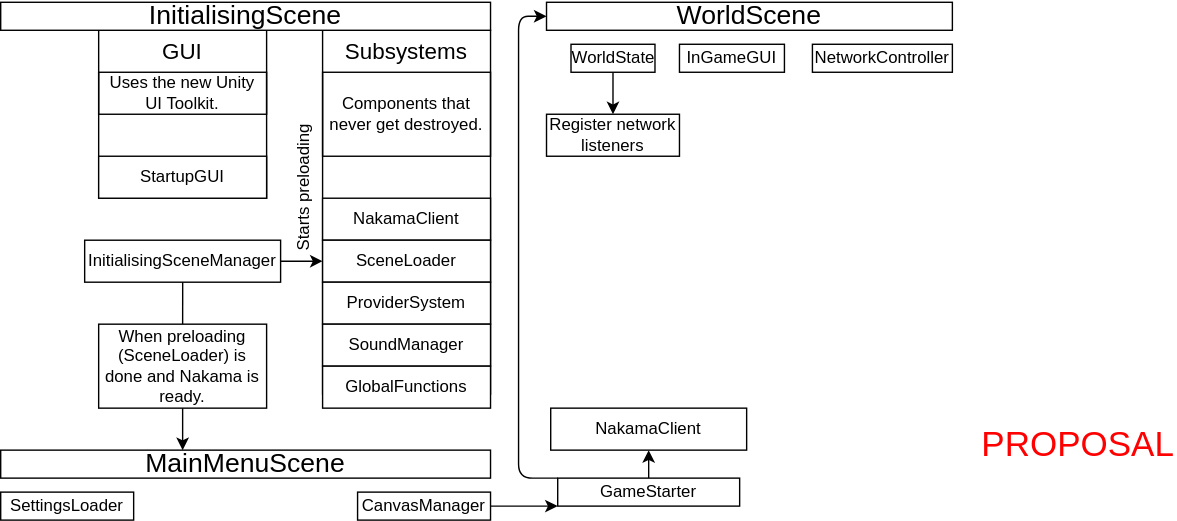
Above: documentation/res/ClientArchitecture.drawio.svg in OpenHellion/openhellion.github.io (draw.io), before the change. Source tidied: cells renumbered, new cells last; positions are measured from the earlier drawing's top-left corner, leaving out a move shared by most shapes.
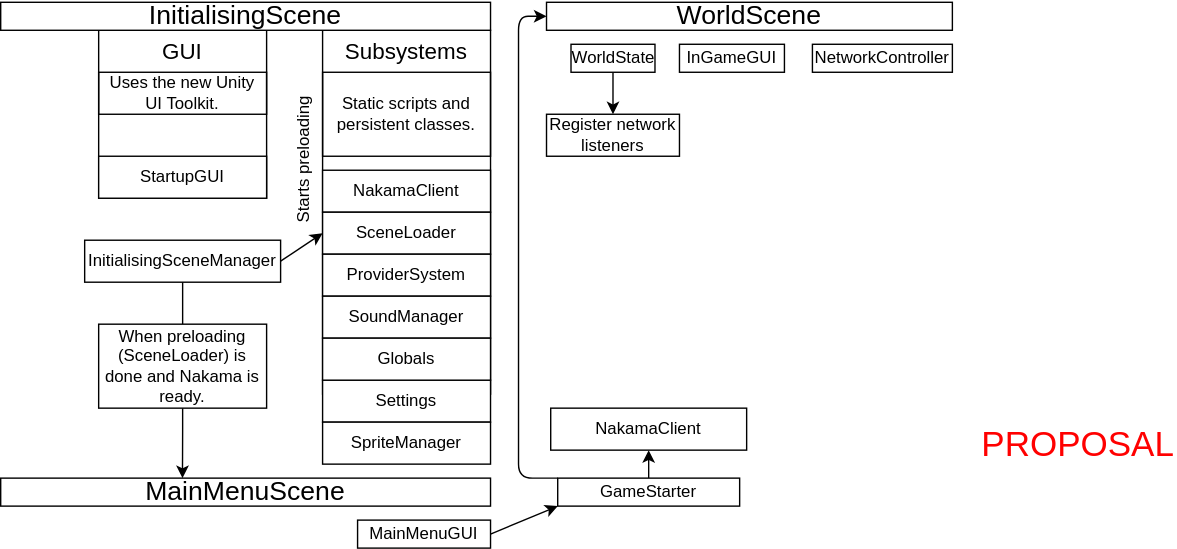
Above is the later version.

Diff of the diagram source:
```diff
@@ -12,31 +12,31 @@
       <mxGeometry x="230" y="20" width="120" height="30" as="geometry" />
     </mxCell>
     <mxCell id="5" value="NakamaClient" style="rounded=0;whiteSpace=wrap;html=1;" parent="1" vertex="1">
-      <mxGeometry x="230" y="140" width="120" height="30" as="geometry" />
+      <mxGeometry x="230" y="120" width="120" height="30" as="geometry" />
     </mxCell>
     <mxCell id="6" value="SceneLoader" style="rounded=0;whiteSpace=wrap;html=1;" parent="1" vertex="1">
-      <mxGeometry x="230" y="170" width="120" height="30" as="geometry" />
+      <mxGeometry x="230" y="150" width="120" height="30" as="geometry" />
     </mxCell>
     <mxCell id="7" value="ProviderSystem" style="rounded=0;whiteSpace=wrap;html=1;" parent="1" vertex="1">
-      <mxGeometry x="230" y="200" width="120" height="30" as="geometry" />
+      <mxGeometry x="230" y="180" width="120" height="30" as="geometry" />
     </mxCell>
     <mxCell id="8" value="&lt;font style=&quot;font-size: 19px;&quot;&gt;InitialisingScene&lt;/font&gt;" style="rounded=0;whiteSpace=wrap;html=1;" parent="1" vertex="1">
       <mxGeometry width="350" height="20" as="geometry" />
     </mxCell>
-    <mxCell id="9" value="Components that never get destroyed." style="text;html=1;strokeColor=default;fillColor=none;align=center;verticalAlign=middle;whiteSpace=wrap;rounded=0;" parent="1" vertex="1">
+    <mxCell id="9" value="Static scripts and persistent classes." style="text;html=1;strokeColor=default;fillColor=none;align=center;verticalAlign=middle;whiteSpace=wrap;rounded=0;" parent="1" vertex="1">
       <mxGeometry x="230" y="50" width="120" height="60" as="geometry" />
     </mxCell>
     <mxCell id="10" value="StartupGUI" style="rounded=0;whiteSpace=wrap;html=1;" parent="1" vertex="1">
       <mxGeometry x="70" y="110" width="120" height="30" as="geometry" />
     </mxCell>
-    <mxCell id="11" style="edgeStyle=none;html=1;entryX=0;entryY=0.5;entryDx=0;entryDy=0;" parent="1" edge="1" source="12" target="6">
+    <mxCell id="11" style="edgeStyle=none;html=1;entryX=0;entryY=0.5;entryDx=0;entryDy=0;exitX=1;exitY=0.5;exitDx=0;exitDy=0;" parent="1" edge="1" source="12" target="6">
       <mxGeometry relative="1" as="geometry" />
     </mxCell>
     <mxCell id="12" value="InitialisingSceneManager" style="rounded=0;whiteSpace=wrap;html=1;" parent="1" vertex="1">
       <mxGeometry x="60" y="170" width="140" height="30" as="geometry" />
     </mxCell>
     <mxCell id="13" value="&lt;font style=&quot;font-size: 19px;&quot;&gt;MainMenuScene&lt;/font&gt;" style="rounded=0;whiteSpace=wrap;html=1;" parent="1" vertex="1">
-      <mxGeometry y="320" width="350" height="20" as="geometry" />
+      <mxGeometry y="340" width="350" height="20" as="geometry" />
     </mxCell>
     <mxCell id="14" value="Uses the new Unity UI Toolkit." style="text;html=1;strokeColor=default;fillColor=none;align=center;verticalAlign=middle;whiteSpace=wrap;rounded=0;" parent="1" vertex="1">
       <mxGeometry x="70" y="50" width="120" height="30" as="geometry" />
@@ -59,16 +59,14 @@
     <mxCell id="20" style="edgeStyle=orthogonalEdgeStyle;rounded=1;jettySize=auto;html=1;entryX=0.5;entryY=0;entryDx=0;entryDy=0;endArrow=none;" parent="1" edge="1" source="12" target="22">
       <mxGeometry relative="1" as="geometry" />
     </mxCell>
-    <mxCell id="21" style="edgeStyle=orthogonalEdgeStyle;html=1;exitX=0.5;exitY=1;exitDx=0;exitDy=0;" parent="1" edge="1" source="22">
-      <mxGeometry relative="1" as="geometry">
-        <mxPoint x="130" y="320" as="targetPoint" />
-      </mxGeometry>
+    <mxCell id="21" style="edgeStyle=orthogonalEdgeStyle;html=1;exitX=0.5;exitY=1;exitDx=0;exitDy=0;entryX=0.371;entryY=0;entryDx=0;entryDy=0;entryPerimeter=0;" parent="1" edge="1" source="22" target="13">
+      <mxGeometry relative="1" as="geometry" />
     </mxCell>
     <mxCell id="22" value="When preloading (SceneLoader) is done and Nakama is ready." style="rounded=0;whiteSpace=wrap;html=1;" parent="1" vertex="1">
       <mxGeometry x="70" y="230" width="120" height="60" as="geometry" />
     </mxCell>
     <mxCell id="23" value="&lt;span style=&quot;font-size: 12px;&quot;&gt;Starts preloading&lt;br&gt;&lt;/span&gt;" style="text;html=1;strokeColor=none;fillColor=none;align=center;verticalAlign=middle;whiteSpace=wrap;rounded=0;fontSize=14;fontColor=#000000;rotation=-90;" parent="1" vertex="1">
-      <mxGeometry x="165" y="125" width="100" height="15" as="geometry" />
+      <mxGeometry x="165" y="105" width="100" height="15" as="geometry" />
     </mxCell>
     <mxCell id="24" value="&lt;div&gt;&lt;font style=&quot;font-size: 12px;&quot;&gt;Register network listeners&lt;/font&gt;&lt;/div&gt;" style="rounded=0;whiteSpace=wrap;html=1;" parent="1" vertex="1">
       <mxGeometry x="390" y="80" width="95" height="30" as="geometry" />
@@ -90,26 +88,29 @@
     <mxCell id="28" value="NakamaClient" style="rounded=0;whiteSpace=wrap;html=1;" parent="1" vertex="1">
       <mxGeometry x="393" y="290" width="140" height="30" as="geometry" />
     </mxCell>
-    <mxCell id="29" value="&lt;div&gt;&lt;font style=&quot;font-size: 12px;&quot;&gt;SettingsLoader&lt;/font&gt;&lt;/div&gt;" style="rounded=0;whiteSpace=wrap;html=1;" parent="1" vertex="1">
-      <mxGeometry y="350" width="95" height="20" as="geometry" />
+    <mxCell id="29" value="&lt;div&gt;&lt;font style=&quot;font-size: 12px;&quot;&gt;Settings&lt;/font&gt;&lt;/div&gt;" style="rounded=0;whiteSpace=wrap;html=1;" parent="1" vertex="1">
+      <mxGeometry x="230" y="270" width="120" height="30" as="geometry" />
     </mxCell>
     <mxCell id="30" style="edgeStyle=none;html=1;exitX=1;exitY=0.5;exitDx=0;exitDy=0;entryX=0;entryY=1;entryDx=0;entryDy=0;" parent="1" edge="1" source="31" target="27">
       <mxGeometry relative="1" as="geometry" />
     </mxCell>
-    <mxCell id="31" value="&lt;div&gt;&lt;font style=&quot;font-size: 12px;&quot;&gt;CanvasManager&lt;/font&gt;&lt;/div&gt;" style="rounded=0;whiteSpace=wrap;html=1;" parent="1" vertex="1">
-      <mxGeometry x="255" y="350" width="95" height="20" as="geometry" />
+    <mxCell id="31" value="&lt;div&gt;&lt;font style=&quot;font-size: 12px;&quot;&gt;MainMenuGUI&lt;/font&gt;&lt;/div&gt;" style="rounded=0;whiteSpace=wrap;html=1;" parent="1" vertex="1">
+      <mxGeometry x="255" y="370" width="95" height="20" as="geometry" />
     </mxCell>
     <mxCell id="32" value="&lt;div&gt;&lt;font style=&quot;font-size: 12px;&quot;&gt;InGameGUI&lt;/font&gt;&lt;/div&gt;" style="rounded=0;whiteSpace=wrap;html=1;" parent="1" vertex="1">
       <mxGeometry x="485" y="30" width="75" height="20" as="geometry" />
     </mxCell>
     <mxCell id="33" value="SoundManager" style="rounded=0;whiteSpace=wrap;html=1;" parent="1" vertex="1">
-      <mxGeometry x="230" y="230" width="120" height="30" as="geometry" />
+      <mxGeometry x="230" y="210" width="120" height="30" as="geometry" />
     </mxCell>
     <mxCell id="34" value="&lt;div&gt;&lt;font style=&quot;font-size: 12px;&quot;&gt;NetworkController&lt;/font&gt;&lt;/div&gt;" style="rounded=0;whiteSpace=wrap;html=1;" parent="1" vertex="1">
       <mxGeometry x="580" y="30" width="100" height="20" as="geometry" />
     </mxCell>
-    <mxCell id="35" value="GlobalFunctions" style="rounded=0;whiteSpace=wrap;html=1;" parent="1" vertex="1">
-      <mxGeometry x="230" y="260" width="120" height="30" as="geometry" />
+    <mxCell id="35" value="Globals" style="rounded=0;whiteSpace=wrap;html=1;" parent="1" vertex="1">
+      <mxGeometry x="230" y="240" width="120" height="30" as="geometry" />
     </mxCell>
+    <mxCell id="36" value="&lt;div&gt;&lt;font style=&quot;font-size: 12px;&quot;&gt;SpriteManager&lt;/font&gt;&lt;/div&gt;" style="rounded=0;whiteSpace=wrap;html=1;" parent="1" vertex="1">
+      <mxGeometry x="230" y="300" width="120" height="30" as="geometry" />
+    </mxCell>
   </root>
 </mxGraphModel>
```
